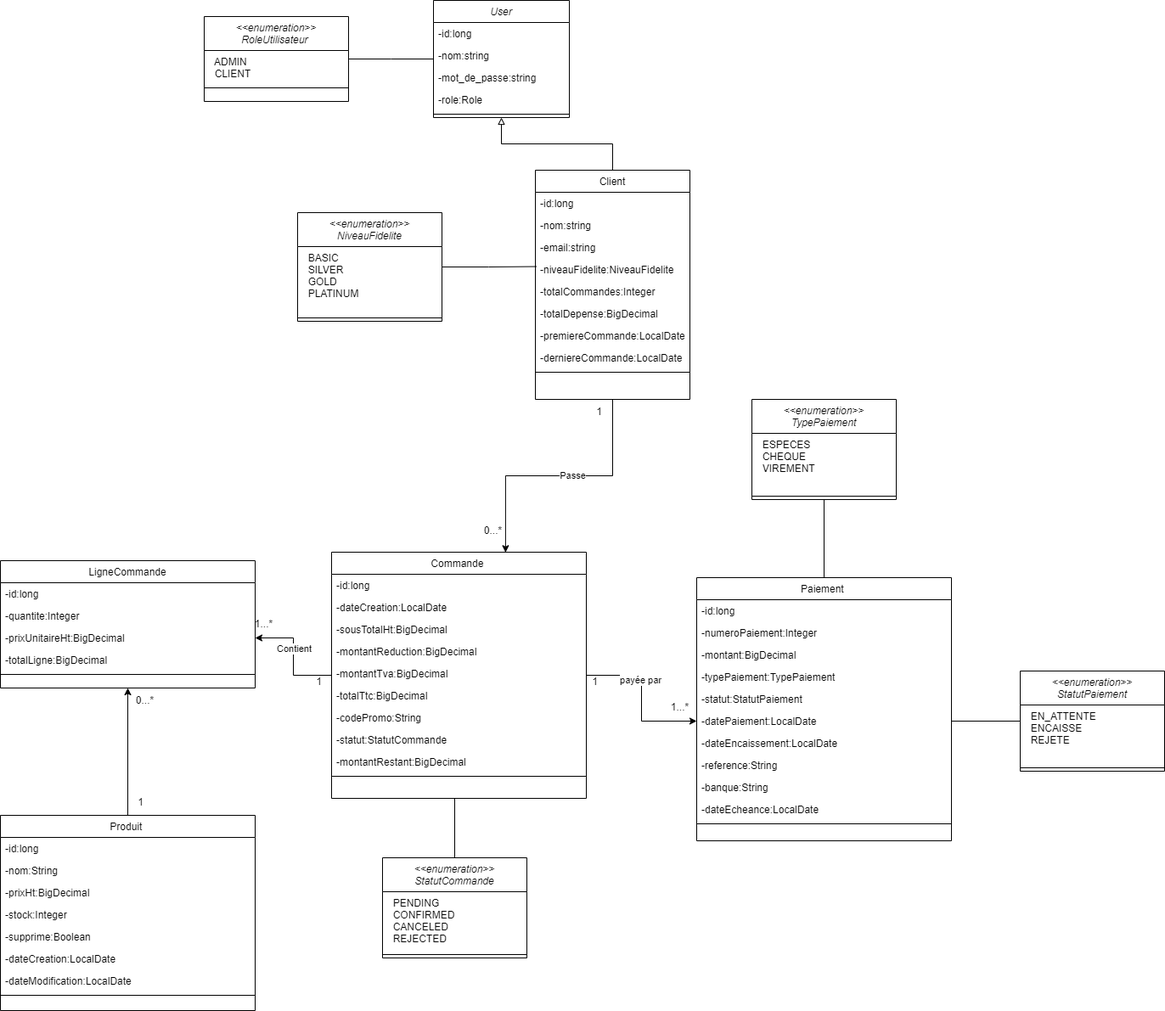
Earlier version of the draw.io export UML/SmartShop-V2.png (Hichamelhmaydi/SmartShop). Source tidied: cells renumbered, new cells last; positions are measured from the earlier drawing's top-left corner, leaving out a move shared by most shapes.
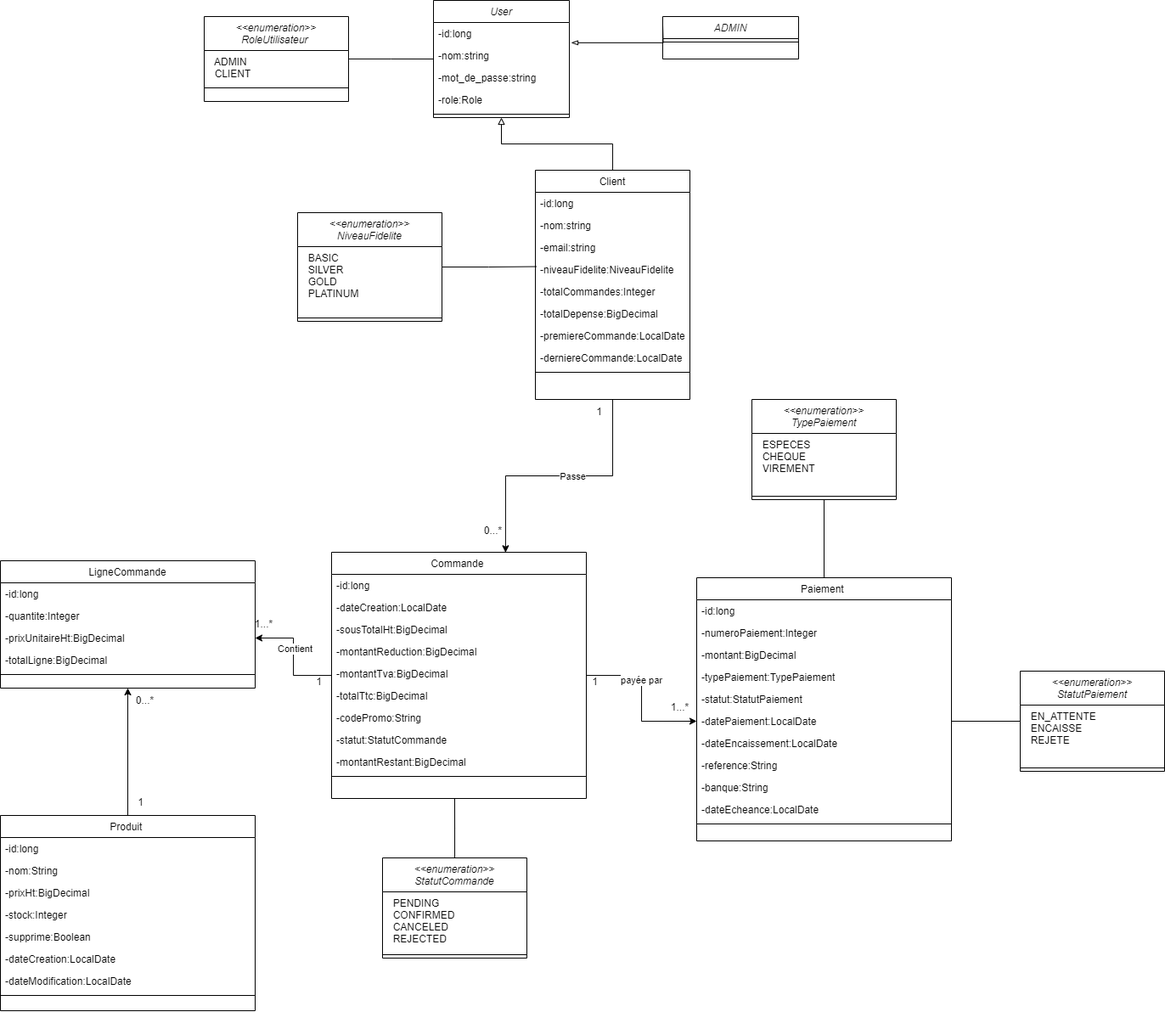
The same file after the commit.

Commit message:
feat: add Admin entity extending User with JPA annotations

Diff of the diagram source:
```diff
@@ -276,5 +276,16 @@
         <mxPoint x="510" y="69" as="targetPoint" />
       </mxGeometry>
     </mxCell>
+    <mxCell id="92" value="ADMIN" style="swimlane;fontStyle=2;align=center;verticalAlign=top;horizontal=1;startSize=26;rounded=0;shadow=0;strokeWidth=1;" parent="1" vertex="1">
+      <mxGeometry x="780" y="19" width="160" height="50" as="geometry" />
+    </mxCell>
+    <mxCell id="93" style="line;html=1;strokeWidth=1;align=left;verticalAlign=middle;spacingTop=-1;spacingLeft=3;spacingRight=3;labelPosition=right;" parent="92" vertex="1">
+      <mxGeometry y="26" width="160" height="8" as="geometry" />
+    </mxCell>
+    <mxCell id="94" style="edgeStyle=orthogonalEdgeStyle;rounded=0;jettySize=auto;html=1;entryX=1.013;entryY=-0.081;entryDx=0;entryDy=0;entryPerimeter=0;endArrow=blockThin;endFill=0;" parent="1" edge="1" target="4">
+      <mxGeometry relative="1" as="geometry">
+        <mxPoint x="780" y="28.9" as="sourcePoint" />
+      </mxGeometry>
+    </mxCell>
   </root>
 </mxGraphModel>
```
